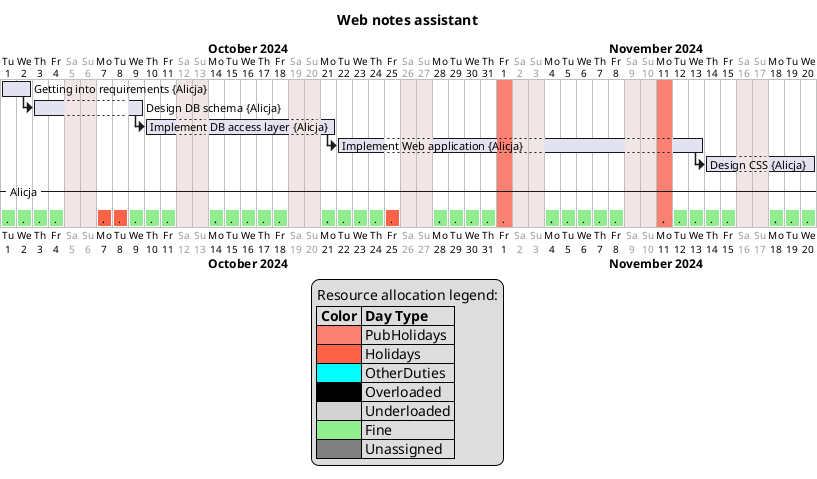
Above: examples/simple_project.png in rrowniak/planner (PlantUML), before the change.
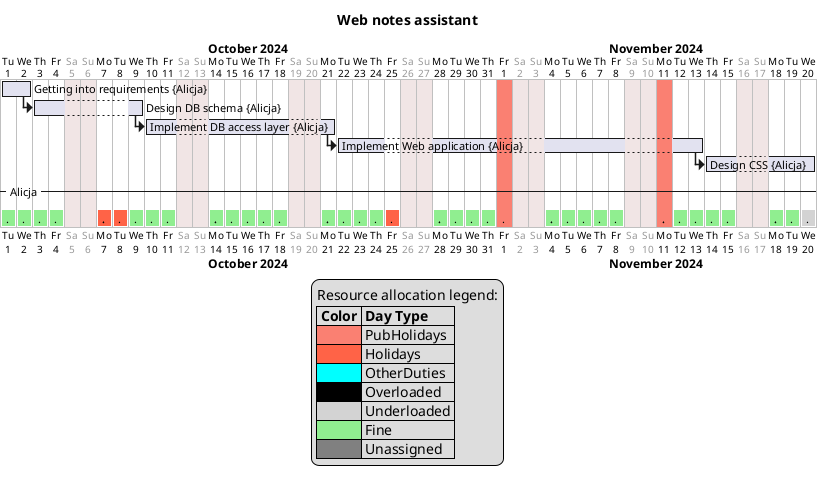
After the change.

The edit, as a diff of the source:
```diff
@@ -198,7 +198,7 @@
 [Alicja_49] is colored in lightgreen
 [Alicja_49] displays on same row as [Alicja_48]
 [.] as [Alicja_50] starts 2024-11-20 and requires 1 days
-[Alicja_50] is colored in lightgreen
+[Alicja_50] is colored in lightgray
 [Alicja_50] displays on same row as [Alicja_49]
 
 legend
```
